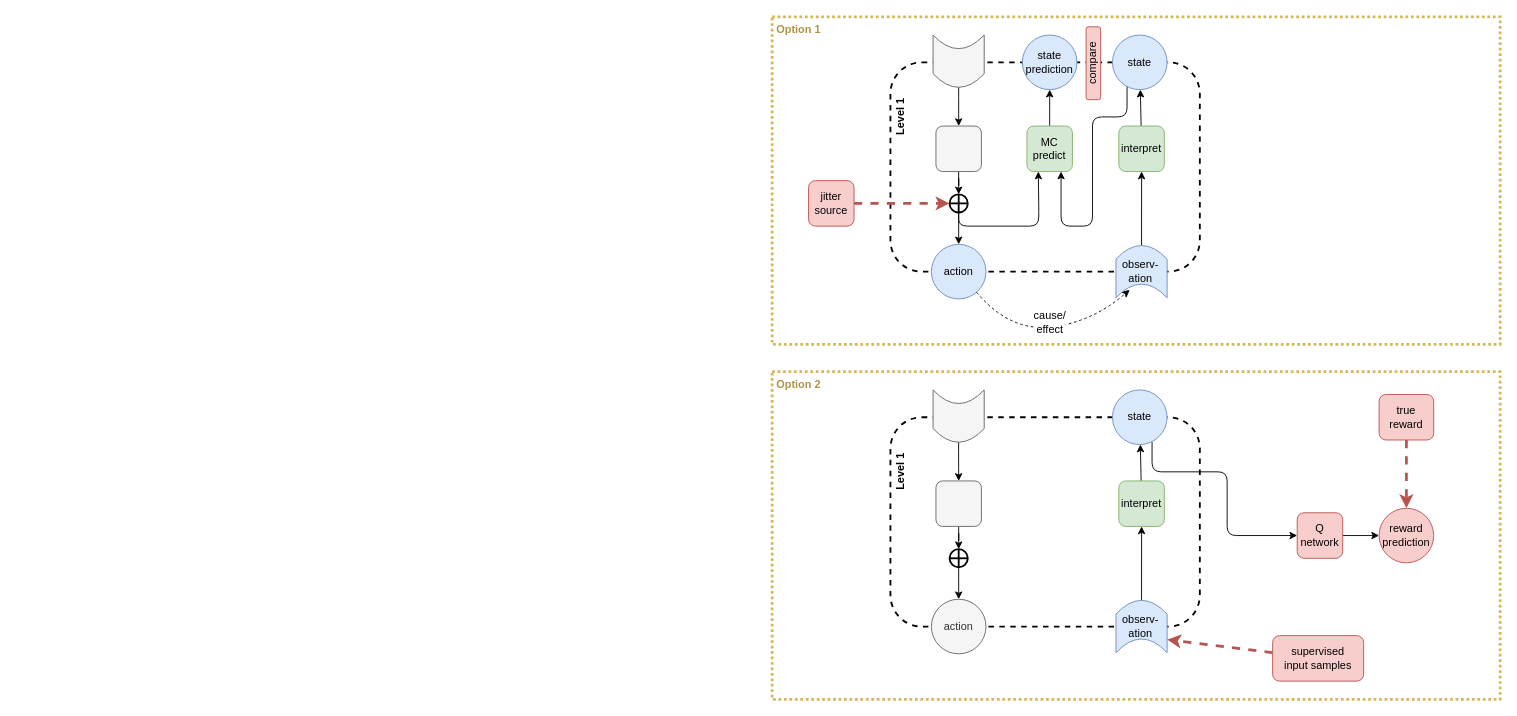
The draw.io diagram page "low-level-state-saliency" (5 of 11) of files/An-agi-architecture-v1.drawio in malcolmlett/malcolmlett.github.io, before the edit. Source tidied: cells renumbered, new cells numbered last; positions are measured from the earlier drawing's top-left corner, leaving out a move shared by most shapes. Both pictures are drawn from the tidied source at 91%, with x=0, y=0 at pixel (772, 16).
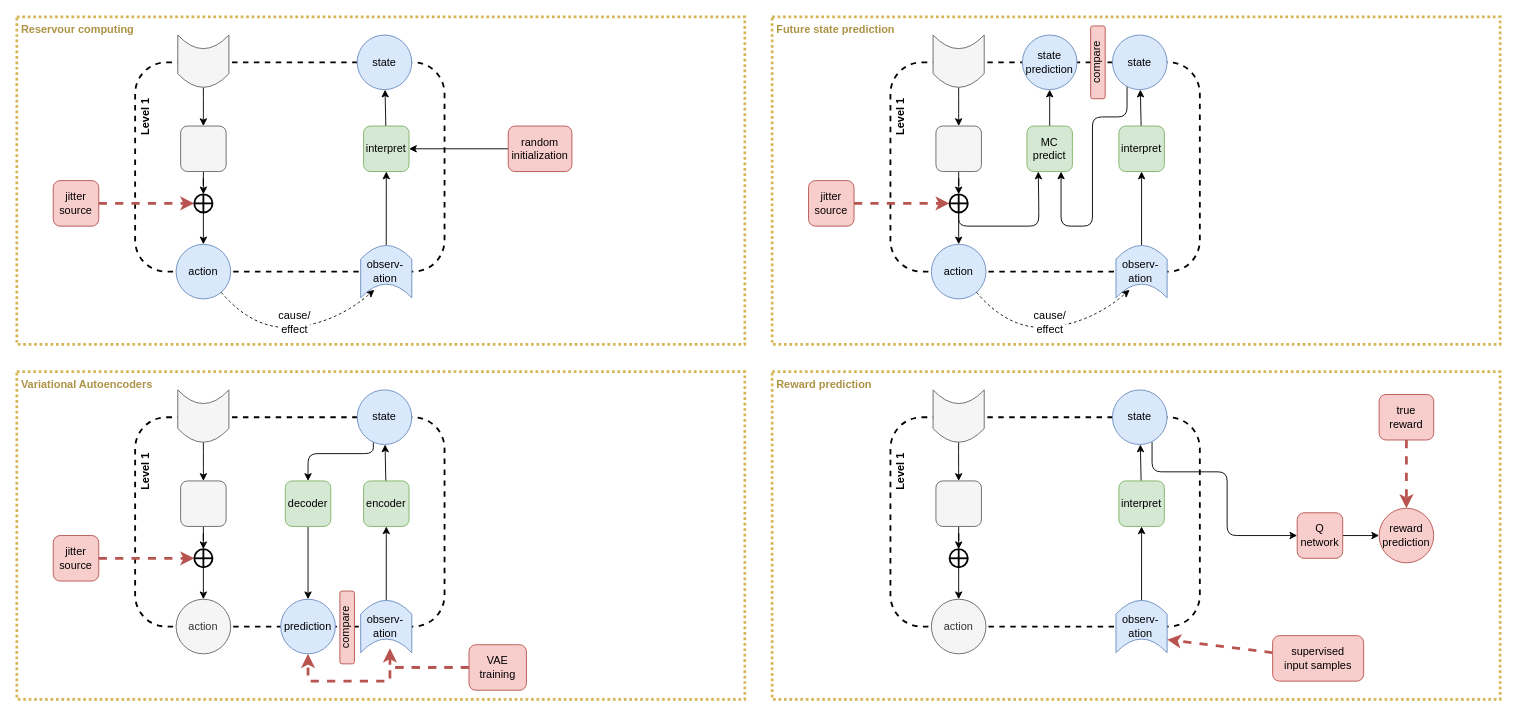
After the change.

Commit message (it also covers changes not shown here):
Low level state representation learning

Change to the diagram source:
```diff
@@
+    <mxCell id="52" style="rounded=1;whiteSpace=wrap;html=1;fillColor=none;dashed=1;strokeWidth=2;" parent="1" vertex="1">
+      <mxGeometry x="-700" y="440" width="340" height="230" as="geometry" />
+    </mxCell>
+    <mxCell id="53" value="Variational Autoencoders" style="rounded=0;whiteSpace=wrap;html=1;labelBackgroundColor=none;strokeColor=#d6b656;strokeWidth=3;fontSize=12;fontColor=#AD9346;align=left;dashed=1;dashPattern=1 1;fillColor=none;verticalAlign=top;fontStyle=1;spacing=2;spacingLeft=3;" parent="1" vertex="1">
+      <mxGeometry x="-830" y="390" width="800" height="360" as="geometry" />
+    </mxCell>
-    <mxCell id="2" value="Option 1" style="rounded=0;whiteSpace=wrap;html=1;labelBackgroundColor=none;strokeColor=#d6b656;strokeWidth=3;fontSize=12;fontColor=#AD9346;align=left;dashed=1;dashPattern=1 1;fillColor=none;verticalAlign=top;fontStyle=1;spacing=2;spacingLeft=3;" parent="1" vertex="1">
+    <mxCell id="2" value="Future state prediction" style="rounded=0;whiteSpace=wrap;html=1;labelBackgroundColor=none;strokeColor=#d6b656;strokeWidth=3;fontSize=12;fontColor=#AD9346;align=left;dashed=1;dashPattern=1 1;fillColor=none;verticalAlign=top;fontStyle=1;spacing=2;spacingLeft=3;" parent="1" vertex="1">
       <mxGeometry width="800" height="360" as="geometry" />
     </mxCell>
@@
     <mxCell id="27" value="compare" style="rounded=1;whiteSpace=wrap;html=1;fillColor=#f8cecc;strokeColor=#b85450;horizontal=0;verticalAlign=bottom;" parent="1" vertex="1">
-      <mxGeometry x="345" y="11" width="16" height="80" as="geometry" />
+      <mxGeometry x="-475" y="631" width="16" height="80" as="geometry" />
     </mxCell>
-    <mxCell id="28" value="Option 2" style="rounded=0;whiteSpace=wrap;html=1;labelBackgroundColor=none;strokeColor=#d6b656;strokeWidth=3;fontSize=12;fontColor=#AD9346;align=left;dashed=1;dashPattern=1 1;fillColor=none;verticalAlign=top;fontStyle=1;spacing=2;spacingLeft=3;" parent="1" vertex="1">
+    <mxCell id="28" value="Reward prediction" style="rounded=0;whiteSpace=wrap;html=1;labelBackgroundColor=none;strokeColor=#d6b656;strokeWidth=3;fontSize=12;fontColor=#AD9346;align=left;dashed=1;dashPattern=1 1;fillColor=none;verticalAlign=top;fontStyle=1;spacing=2;spacingLeft=3;" parent="1" vertex="1">
       <mxGeometry y="390" width="800" height="360" as="geometry" />
     </mxCell>
@@
+    <mxCell id="54" value="Reservour computing" style="rounded=0;whiteSpace=wrap;html=1;labelBackgroundColor=none;strokeColor=#d6b656;strokeWidth=3;fontSize=12;fontColor=#AD9346;align=left;dashed=1;dashPattern=1 1;fillColor=none;verticalAlign=top;fontStyle=1;spacing=2;spacingLeft=3;" parent="1" vertex="1">
+      <mxGeometry x="-830" width="800" height="360" as="geometry" />
+    </mxCell>
+    <mxCell id="55" style="rounded=1;whiteSpace=wrap;html=1;fillColor=none;dashed=1;strokeWidth=2;" parent="1" vertex="1">
+      <mxGeometry x="-700" y="50" width="340" height="230" as="geometry" />
+    </mxCell>
+    <mxCell id="56" value="action" style="ellipse;whiteSpace=wrap;html=1;rounded=1;strokeWidth=1;fillColor=#dae8fc;strokeColor=#6c8ebf;" parent="1" vertex="1">
+      <mxGeometry x="-655" y="250" width="60" height="60" as="geometry" />
+    </mxCell>
+    <mxCell id="57" value="state" style="ellipse;whiteSpace=wrap;html=1;rounded=1;strokeWidth=1;fillColor=#dae8fc;strokeColor=#6c8ebf;" parent="1" vertex="1">
+      <mxGeometry x="-456" y="20" width="60" height="60" as="geometry" />
+    </mxCell>
+    <mxCell id="58" style="edgeStyle=none;rounded=0;jettySize=auto;html=1;" parent="1" edge="1" source="65" target="56">
+      <mxGeometry x="-0.14" relative="1" as="geometry" />
+    </mxCell>
+    <mxCell id="59" style="edgeStyle=none;rounded=0;jettySize=auto;html=1;dashed=1;strokeWidth=3;fillColor=#f8cecc;strokeColor=#b85450;entryX=0;entryY=0.5;entryDx=0;entryDy=0;" parent="1" edge="1" source="60" target="65">
+      <mxGeometry relative="1" as="geometry" />
+    </mxCell>
+    <mxCell id="60" value="jitter&lt;br&gt;source" style="rounded=1;whiteSpace=wrap;html=1;fillColor=#f8cecc;strokeColor=#b85450;" parent="1" vertex="1">
+      <mxGeometry x="-790" y="180" width="50" height="50" as="geometry" />
+    </mxCell>
+    <mxCell id="61" style="edgeStyle=none;rounded=0;jettySize=auto;html=1;" parent="1" edge="1" source="62" target="57">
+      <mxGeometry relative="1" as="geometry" />
+    </mxCell>
+    <mxCell id="62" value="interpret" style="rounded=1;whiteSpace=wrap;html=1;fillColor=#d5e8d4;strokeColor=#82b366;" parent="1" vertex="1">
+      <mxGeometry x="-449" y="120" width="50" height="50" as="geometry" />
+    </mxCell>
+    <mxCell id="63" style="edgeStyle=none;rounded=0;jettySize=auto;html=1;" parent="1" edge="1" source="68" target="62">
+      <mxGeometry relative="1" as="geometry" />
+    </mxCell>
+    <mxCell id="64" value="Level 1" style="text;html=1;strokeColor=none;fillColor=none;align=center;verticalAlign=middle;whiteSpace=wrap;rounded=0;sketch=1;rotation=-90;fontStyle=1;" parent="1" vertex="1">
+      <mxGeometry x="-723.1" y="100" width="70" height="20" as="geometry" />
+    </mxCell>
+    <mxCell id="65" style="shape=orEllipse;perimeter=ellipsePerimeter;whiteSpace=wrap;html=1;backgroundOutline=1;rounded=0;labelBackgroundColor=none;sketch=0;strokeColor=#000000;strokeWidth=2;fillColor=none;gradientColor=none;fontSize=12;fontColor=#000000;align=center;" parent="1" vertex="1">
+      <mxGeometry x="-635" y="195" width="20" height="20" as="geometry" />
+    </mxCell>
+    <mxCell id="66" style="endArrow=classic;dashed=1;html=1;curved=1;endFill=1;entryX=0.25;entryY=1;entryDx=0;entryDy=0;" parent="1" edge="1" source="56" target="69">
+      <mxGeometry relative="1" as="geometry">
+        <Array as="points">
+          <mxPoint x="-568.8" y="345.9" />
+          <mxPoint x="-478.8" y="335.9" />
+        </Array>
+      </mxGeometry>
+    </mxCell>
+    <mxCell id="67" value="cause/&lt;br style=&quot;font-size: 12px;&quot;&gt;effect" style="edgeLabel;html=1;align=center;verticalAlign=middle;fontSize=12;" parent="66" vertex="1">
+      <mxGeometry x="-0.41" y="13" relative="1" as="geometry">
+        <mxPoint x="41.3" y="2.9" as="offset" />
+      </mxGeometry>
+    </mxCell>
+    <mxCell id="68" style="shape=dataStorage;whiteSpace=wrap;html=1;fixedSize=1;rounded=1;strokeWidth=1;fillColor=#dae8fc;strokeColor=#6c8ebf;rotation=90;size=15;horizontal=1;" parent="1" vertex="1">
+      <mxGeometry x="-452.8" y="251.9" width="57.5" height="56.2" as="geometry" />
+    </mxCell>
+    <mxCell id="69" value="observ-&lt;br&gt;ation" style="text;html=1;strokeColor=none;fillColor=none;align=center;verticalAlign=middle;whiteSpace=wrap;rounded=0;sketch=1;rotation=0;" parent="1" vertex="1">
+      <mxGeometry x="-449.6" y="260" width="50" height="40" as="geometry" />
+    </mxCell>
+    <mxCell id="70" style="edgeStyle=orthogonalEdgeStyle;rounded=1;jettySize=auto;html=1;entryX=0.5;entryY=0;entryDx=0;entryDy=0;endArrow=classic;endFill=1;strokeWidth=1;fontSize=12;fontColor=#000000;" parent="1" edge="1" source="71" target="65">
+      <mxGeometry relative="1" as="geometry" />
+    </mxCell>
+    <mxCell id="71" style="rounded=1;whiteSpace=wrap;html=1;fillColor=#f5f5f5;strokeColor=#666666;fontColor=#333333;" parent="1" vertex="1">
+      <mxGeometry x="-650" y="120" width="50" height="50" as="geometry" />
+    </mxCell>
+    <mxCell id="72" style="edgeStyle=orthogonalEdgeStyle;rounded=1;jettySize=auto;html=1;endArrow=classic;endFill=1;strokeWidth=1;fontSize=12;fontColor=#000000;" parent="1" edge="1" source="73" target="71">
+      <mxGeometry relative="1" as="geometry" />
+    </mxCell>
+    <mxCell id="73" style="shape=dataStorage;whiteSpace=wrap;html=1;fixedSize=1;rounded=1;strokeWidth=1;fillColor=#f5f5f5;strokeColor=#666666;rotation=-90;size=15;horizontal=1;fontColor=#333333;" parent="1" vertex="1">
+      <mxGeometry x="-653.8" y="20.6" width="57.5" height="56.2" as="geometry" />
+    </mxCell>
+    <mxCell id="74" value="action" style="ellipse;whiteSpace=wrap;html=1;rounded=1;strokeWidth=1;fillColor=#f5f5f5;strokeColor=#666666;fontColor=#333333;" parent="1" vertex="1">
+      <mxGeometry x="-655" y="640" width="60" height="60" as="geometry" />
+    </mxCell>
+    <mxCell id="75" style="edgeStyle=orthogonalEdgeStyle;rounded=1;jettySize=auto;html=1;entryX=0.5;entryY=0;entryDx=0;entryDy=0;fontSize=12;strokeWidth=1;endFill=1;exitX=0.296;exitY=0.953;exitDx=0;exitDy=0;exitPerimeter=0;" parent="1" edge="1" source="76" target="92">
+      <mxGeometry relative="1" as="geometry">
+        <Array as="points">
+          <mxPoint x="-438" y="480" />
+          <mxPoint x="-510" y="480" />
+        </Array>
+      </mxGeometry>
+    </mxCell>
+    <mxCell id="76" value="state" style="ellipse;whiteSpace=wrap;html=1;rounded=1;strokeWidth=1;fillColor=#dae8fc;strokeColor=#6c8ebf;" parent="1" vertex="1">
+      <mxGeometry x="-456" y="410" width="60" height="60" as="geometry" />
+    </mxCell>
+    <mxCell id="77" style="edgeStyle=none;rounded=0;jettySize=auto;html=1;" parent="1" edge="1" source="82" target="74">
+      <mxGeometry x="-0.14" relative="1" as="geometry" />
+    </mxCell>
+    <mxCell id="78" style="edgeStyle=none;rounded=0;jettySize=auto;html=1;" parent="1" edge="1" source="79" target="76">
+      <mxGeometry relative="1" as="geometry" />
+    </mxCell>
+    <mxCell id="79" value="encoder" style="rounded=1;whiteSpace=wrap;html=1;fillColor=#d5e8d4;strokeColor=#82b366;" parent="1" vertex="1">
+      <mxGeometry x="-449" y="510" width="50" height="50" as="geometry" />
+    </mxCell>
+    <mxCell id="80" style="edgeStyle=none;rounded=0;jettySize=auto;html=1;" parent="1" edge="1" source="83" target="79">
+      <mxGeometry relative="1" as="geometry" />
+    </mxCell>
+    <mxCell id="81" value="Level 1" style="text;html=1;strokeColor=none;fillColor=none;align=center;verticalAlign=middle;whiteSpace=wrap;rounded=0;sketch=1;rotation=-90;fontStyle=1;" parent="1" vertex="1">
+      <mxGeometry x="-723.1" y="490" width="70" height="20" as="geometry" />
+    </mxCell>
+    <mxCell id="82" style="shape=orEllipse;perimeter=ellipsePerimeter;whiteSpace=wrap;html=1;backgroundOutline=1;rounded=0;labelBackgroundColor=none;sketch=0;strokeColor=#000000;strokeWidth=2;fillColor=none;gradientColor=none;fontSize=12;fontColor=#000000;align=center;" parent="1" vertex="1">
+      <mxGeometry x="-635" y="585" width="20" height="20" as="geometry" />
+    </mxCell>
+    <mxCell id="83" style="shape=dataStorage;whiteSpace=wrap;html=1;fixedSize=1;rounded=1;strokeWidth=1;fillColor=#dae8fc;strokeColor=#6c8ebf;rotation=90;size=15;horizontal=1;" parent="1" vertex="1">
+      <mxGeometry x="-452.8" y="641.9" width="57.5" height="56.2" as="geometry" />
+    </mxCell>
+    <mxCell id="84" value="observ-&lt;br&gt;ation" style="text;html=1;strokeColor=none;fillColor=none;align=center;verticalAlign=middle;whiteSpace=wrap;rounded=0;sketch=1;rotation=0;" parent="1" vertex="1">
+      <mxGeometry x="-449.6" y="650" width="50" height="40" as="geometry" />
+    </mxCell>
+    <mxCell id="85" style="edgeStyle=orthogonalEdgeStyle;rounded=1;jettySize=auto;html=1;entryX=0.5;entryY=0;entryDx=0;entryDy=0;endArrow=classic;endFill=1;strokeWidth=1;fontSize=12;fontColor=#000000;" parent="1" edge="1" source="86" target="82">
+      <mxGeometry relative="1" as="geometry" />
+    </mxCell>
+    <mxCell id="86" style="rounded=1;whiteSpace=wrap;html=1;fillColor=#f5f5f5;strokeColor=#666666;fontColor=#333333;" parent="1" vertex="1">
+      <mxGeometry x="-650" y="510" width="50" height="50" as="geometry" />
+    </mxCell>
+    <mxCell id="87" style="edgeStyle=orthogonalEdgeStyle;rounded=1;jettySize=auto;html=1;endArrow=classic;endFill=1;strokeWidth=1;fontSize=12;fontColor=#000000;" parent="1" edge="1" source="88" target="86">
+      <mxGeometry relative="1" as="geometry" />
+    </mxCell>
+    <mxCell id="88" style="shape=dataStorage;whiteSpace=wrap;html=1;fixedSize=1;rounded=1;strokeWidth=1;fillColor=#f5f5f5;strokeColor=#666666;rotation=-90;size=15;horizontal=1;fontColor=#333333;" parent="1" vertex="1">
+      <mxGeometry x="-653.8" y="410.6" width="57.5" height="56.2" as="geometry" />
+    </mxCell>
+    <mxCell id="89" style="edgeStyle=none;rounded=0;jettySize=auto;html=1;" parent="1" edge="1" source="90" target="62">
+      <mxGeometry relative="1" as="geometry" />
+    </mxCell>
+    <mxCell id="90" value="random&lt;br&gt;initialization" style="rounded=1;whiteSpace=wrap;html=1;fillColor=#f8cecc;strokeColor=#b85450;" parent="1" vertex="1">
+      <mxGeometry x="-290" y="120" width="70" height="50" as="geometry" />
+    </mxCell>
+    <mxCell id="91" style="edgeStyle=none;rounded=0;jettySize=auto;html=1;entryX=0.5;entryY=0;entryDx=0;entryDy=0;" parent="1" edge="1" source="92" target="93">
+      <mxGeometry relative="1" as="geometry" />
+    </mxCell>
+    <mxCell id="92" value="decoder" style="rounded=1;whiteSpace=wrap;html=1;fillColor=#d5e8d4;strokeColor=#82b366;" parent="1" vertex="1">
+      <mxGeometry x="-535" y="510" width="50" height="50" as="geometry" />
+    </mxCell>
+    <mxCell id="93" value="prediction" style="ellipse;whiteSpace=wrap;html=1;rounded=1;strokeWidth=1;fillColor=#dae8fc;strokeColor=#6c8ebf;" parent="1" vertex="1">
+      <mxGeometry x="-540" y="640" width="60" height="60" as="geometry" />
+    </mxCell>
+    <mxCell id="94" value="compare" style="rounded=1;whiteSpace=wrap;html=1;fillColor=#f8cecc;strokeColor=#b85450;horizontal=0;verticalAlign=bottom;" parent="1" vertex="1">
+      <mxGeometry x="350" y="10" width="16" height="80" as="geometry" />
+    </mxCell>
+    <mxCell id="95" style="edgeStyle=none;rounded=0;jettySize=auto;html=1;dashed=1;strokeWidth=3;fillColor=#f8cecc;strokeColor=#b85450;entryX=0;entryY=0.5;entryDx=0;entryDy=0;" parent="1" edge="1" source="96">
+      <mxGeometry relative="1" as="geometry">
+        <mxPoint x="-635" y="595" as="targetPoint" />
+      </mxGeometry>
+    </mxCell>
+    <mxCell id="96" value="jitter&lt;br&gt;source" style="rounded=1;whiteSpace=wrap;html=1;fillColor=#f8cecc;strokeColor=#b85450;" parent="1" vertex="1">
+      <mxGeometry x="-790" y="570" width="50" height="50" as="geometry" />
+    </mxCell>
+    <mxCell id="97" style="edgeStyle=orthogonalEdgeStyle;rounded=0;jettySize=auto;html=1;entryX=0.5;entryY=1;entryDx=0;entryDy=0;dashed=1;strokeColor=#b85450;strokeWidth=3;fillColor=#f8cecc;" parent="1" edge="1" source="98" target="93">
+      <mxGeometry relative="1" as="geometry">
+        <Array as="points">
+          <mxPoint x="-420" y="715" />
+          <mxPoint x="-420" y="730" />
+          <mxPoint x="-510" y="730" />
+        </Array>
+      </mxGeometry>
+    </mxCell>
+    <mxCell id="98" value="VAE training" style="rounded=1;whiteSpace=wrap;html=1;fillColor=#f8cecc;strokeColor=#b85450;" parent="1" vertex="1">
+      <mxGeometry x="-333.1" y="690" width="63.1" height="50" as="geometry" />
+    </mxCell>
+    <mxCell id="99" style="rounded=0;jettySize=auto;html=1;endArrow=classic;strokeWidth=3;fontSize=11;fontColor=#000000;dashed=1;strokeColor=#b85450;fillColor=#f8cecc;edgeStyle=orthogonalEdgeStyle;" parent="1" edge="1" source="98">
+      <mxGeometry relative="1" as="geometry">
+        <mxPoint x="-420" y="694" as="targetPoint" />
+        <Array as="points">
+          <mxPoint x="-420" y="715" />
+        </Array>
+      </mxGeometry>
+    </mxCell>
```
